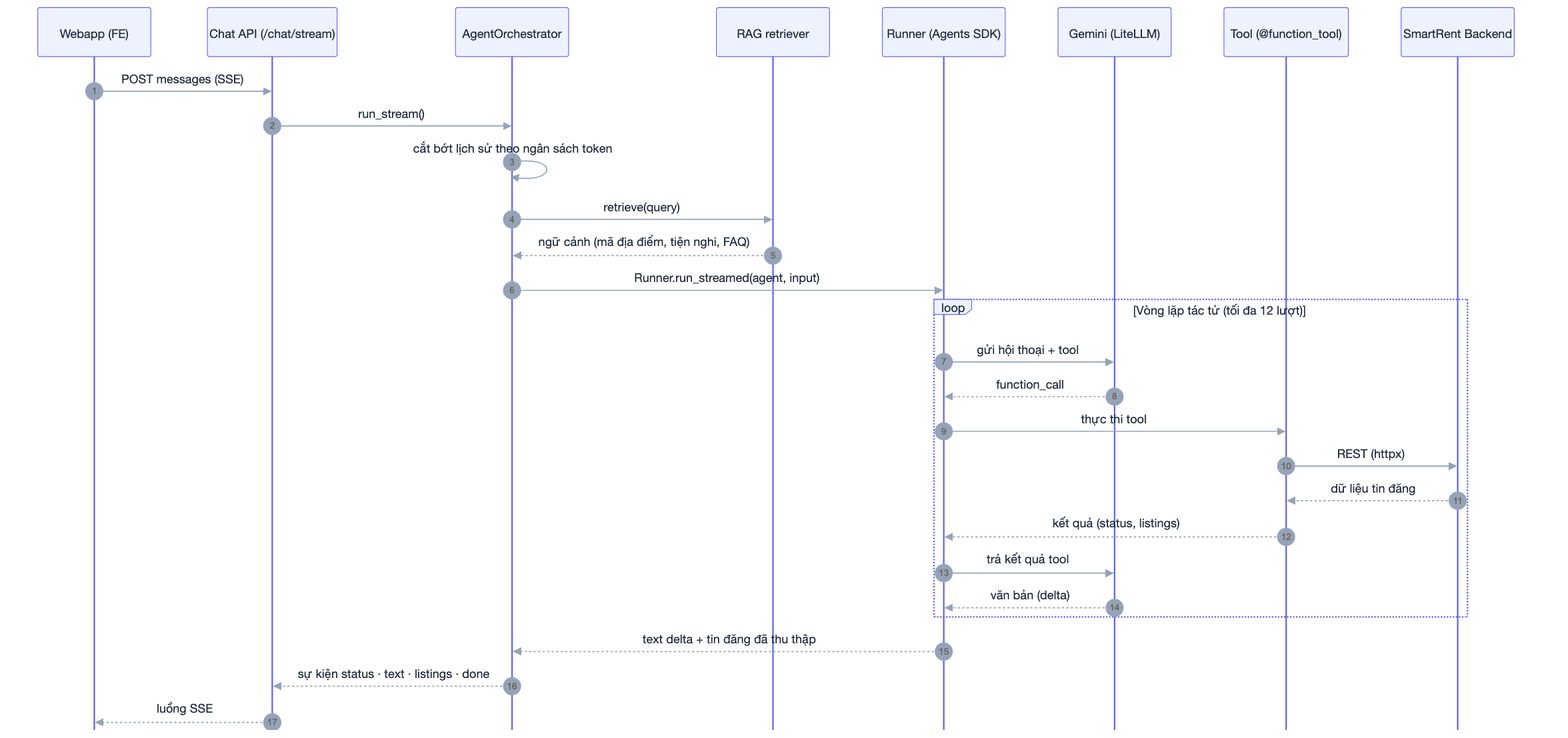
Earlier version of the Mermaid export diagrams/ai/png/03-chat-flow.png (huynhtranty/smartrent-report). Its source is kept beside it as diagrams/ai/src/03-chat-flow.mmd. The source it was exported from:
```mermaid
sequenceDiagram
 autonumber
 participant FE as Webapp (FE)
 participant API as Chat API (/chat/stream)
 participant Orch as AgentOrchestrator
 participant RAG as RAG retriever
 participant Run as Runner (Agents SDK)
 participant LLM as Gemini (LiteLLM)
 participant Tool as Tool (@function_tool)
 participant BE as SmartRent Backend
 FE->>API: POST messages (SSE)
 API->>Orch: run_stream()
 Orch->>Orch: cắt bớt lịch sử theo ngân sách token
 Orch->>RAG: retrieve(query)
 RAG-->>Orch: ngữ cảnh (mã địa điểm, tiện nghi, FAQ)
 Orch->>Run: Runner.run_streamed(agent, input)
 loop Vòng lặp tác tử (tối đa 12 lượt)
 Run->>LLM: gửi hội thoại + tool
 LLM-->>Run: function_call
 Run->>Tool: thực thi tool
 Tool->>BE: REST (httpx)
 BE-->>Tool: dữ liệu tin đăng
 Tool-->>Run: kết quả (status, listings)
 Run->>LLM: trả kết quả tool
 LLM-->>Run: văn bản (delta)
 end
 Run-->>Orch: text delta + tin đăng đã thu thập
 Orch-->>API: sự kiện status · text · listings · done
 API-->>FE: luồng SSE
```
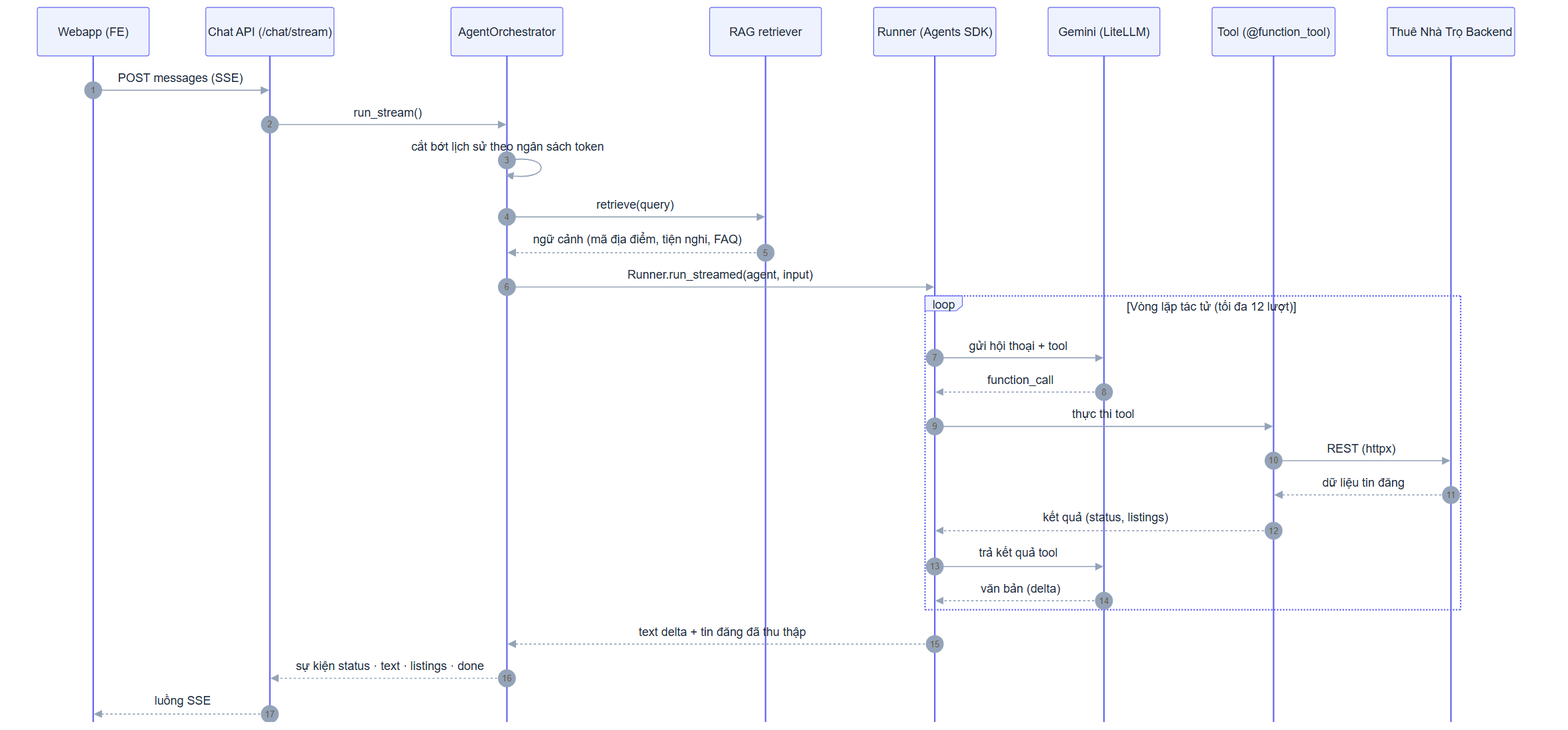
Later version of the same file.

What changed in the source:
```diff
@@ -7,7 +7,7 @@
  participant Run as Runner (Agents SDK)
  participant LLM as Gemini (LiteLLM)
  participant Tool as Tool (@function_tool)
- participant BE as SmartRent Backend
+ participant BE as Thuê Nhà Trọ Backend
  FE->>API: POST messages (SSE)
  API->>Orch: run_stream()
  Orch->>Orch: cắt bớt lịch sử theo ngân sách token
```
